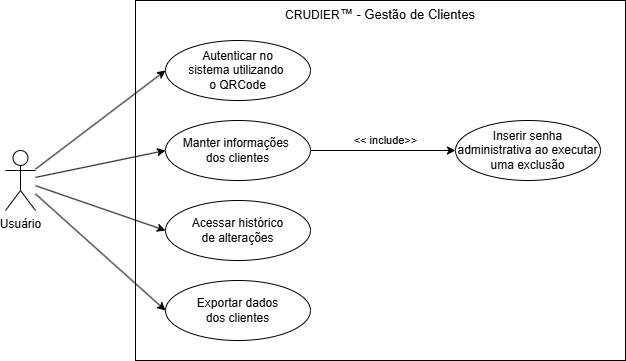
littlesekii/crudier keeps this draw.io diagram as docs/Diagrama de Caso de Uso/CRUDIER - Gestão de Clientes - Diagrama de Caso de Uso.png. Above is the earlier version. Source tidied: cells renumbered, new cells last; positions are measured from the earlier drawing's top-left corner, leaving out a move shared by most shapes. The source it was exported from:
```xml
<mxGraphModel>
  <root>
    <mxCell id="0" />
    <mxCell id="1" parent="0" />
    <mxCell id="2" value="CRUDIER&lt;span style=&quot;font-size: 13px; text-align: left;&quot;&gt;&lt;font style=&quot;color: rgb(0, 0, 0);&quot;&gt;™ - Gestão de Clientes&lt;/font&gt;&lt;/span&gt;" style="rounded=0;whiteSpace=wrap;html=1;fillColor=none;verticalAlign=top;" parent="1" vertex="1">
      <mxGeometry x="130" width="490" height="360" as="geometry" />
    </mxCell>
    <mxCell id="3" style="rounded=0;jettySize=auto;html=1;entryX=0;entryY=0.5;entryDx=0;entryDy=0;" parent="1" edge="1" source="7" target="8">
      <mxGeometry relative="1" as="geometry" />
    </mxCell>
    <mxCell id="4" style="rounded=0;jettySize=auto;html=1;entryX=0;entryY=0.5;entryDx=0;entryDy=0;" parent="1" edge="1" source="7" target="9">
      <mxGeometry relative="1" as="geometry" />
    </mxCell>
    <mxCell id="5" style="rounded=0;jettySize=auto;html=1;entryX=0;entryY=0.5;entryDx=0;entryDy=0;" parent="1" edge="1" source="7" target="12">
      <mxGeometry relative="1" as="geometry" />
    </mxCell>
    <mxCell id="6" style="rounded=0;jettySize=auto;html=1;entryX=0;entryY=0.5;entryDx=0;entryDy=0;" parent="1" edge="1" source="7" target="14">
      <mxGeometry relative="1" as="geometry" />
    </mxCell>
    <mxCell id="7" value="Usuário" style="shape=umlActor;verticalLabelPosition=bottom;verticalAlign=top;html=1;outlineConnect=0;" parent="1" vertex="1">
      <mxGeometry y="150" width="30" height="60" as="geometry" />
    </mxCell>
    <mxCell id="8" value="Autenticar no&lt;div&gt;sistema utilizando&amp;nbsp;&lt;/div&gt;&lt;div&gt;o QRCode&lt;/div&gt;" style="ellipse;whiteSpace=wrap;html=1;verticalAlign=middle;" parent="1" vertex="1">
      <mxGeometry x="160" y="40" width="145" height="60" as="geometry" />
    </mxCell>
    <mxCell id="9" value="Exportar dados&lt;div&gt;dos clientes&lt;/div&gt;" style="ellipse;whiteSpace=wrap;html=1;verticalAlign=middle;" parent="1" vertex="1">
      <mxGeometry x="160" y="280" width="145" height="60" as="geometry" />
    </mxCell>
    <mxCell id="10" style="rounded=0;jettySize=auto;html=1;exitX=1;exitY=0.5;exitDx=0;exitDy=0;" parent="1" edge="1" source="14" target="13">
      <mxGeometry relative="1" as="geometry" />
    </mxCell>
    <mxCell id="11" value="&amp;lt;&amp;lt; include&amp;gt;&amp;gt;" style="edgeLabel;html=1;align=center;verticalAlign=middle;rotation=0;" parent="10" vertex="1">
      <mxGeometry x="0.35" y="1" relative="1" as="geometry">
        <mxPoint x="-23" y="-9" as="offset" />
      </mxGeometry>
    </mxCell>
    <mxCell id="12" value="Acessar histórico&lt;div&gt;de alterações&lt;/div&gt;" style="ellipse;whiteSpace=wrap;html=1;verticalAlign=middle;" parent="1" vertex="1">
      <mxGeometry x="160" y="200" width="145" height="60" as="geometry" />
    </mxCell>
    <mxCell id="13" value="Inserir senha administrativa ao executar uma exclusão" style="ellipse;whiteSpace=wrap;html=1;verticalAlign=middle;" parent="1" vertex="1">
      <mxGeometry x="450" y="120" width="145" height="60" as="geometry" />
    </mxCell>
    <mxCell id="14" value="Manter informações&amp;nbsp;&lt;div&gt;dos clientes&lt;/div&gt;" style="ellipse;whiteSpace=wrap;html=1;verticalAlign=middle;align=center;" parent="1" vertex="1">
      <mxGeometry x="160" y="120" width="145" height="60" as="geometry" />
    </mxCell>
  </root>
</mxGraphModel>
```
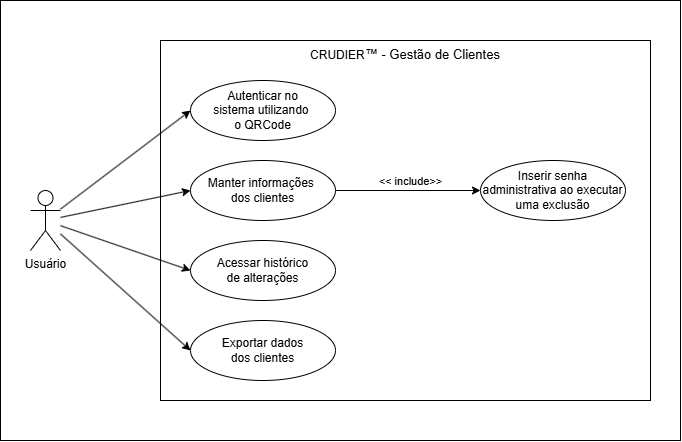
After the commit.

Commit message:
fix.: atualizada a margem na imagem png do diagrama de caso de uso

What changed in the source:
```diff
@@ -43,5 +43,8 @@
     <mxCell id="14" value="Manter informações&amp;nbsp;&lt;div&gt;dos clientes&lt;/div&gt;" style="ellipse;whiteSpace=wrap;html=1;verticalAlign=middle;align=center;" parent="1" vertex="1">
       <mxGeometry x="160" y="120" width="145" height="60" as="geometry" />
     </mxCell>
+    <mxCell id="15" style="rounded=0;whiteSpace=wrap;html=1;fillColor=none;" parent="1" vertex="1">
+      <mxGeometry x="-30" y="-40" width="680" height="440" as="geometry" />
+    </mxCell>
   </root>
 </mxGraphModel>
```
